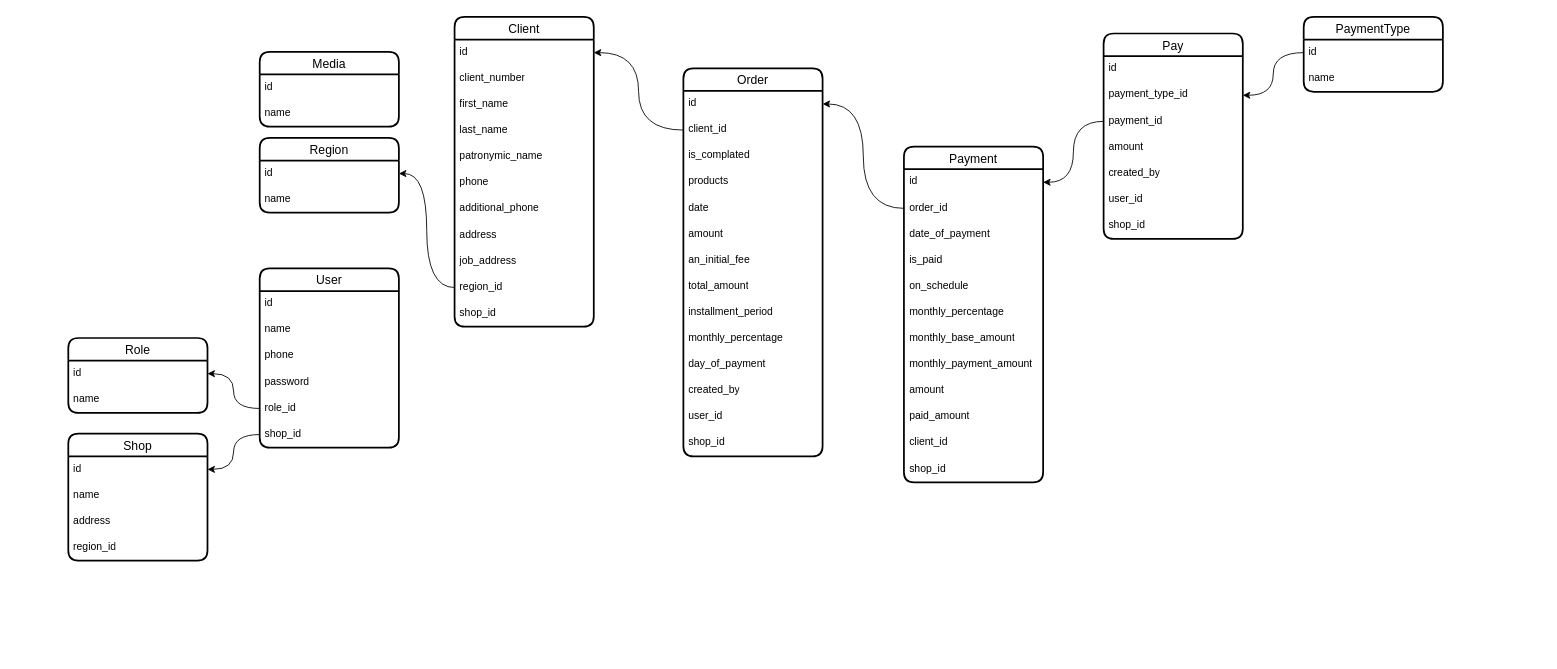
Earlier version of the draw.io diagram page "Страница — 1" (1 of 2) of karsoft-payment.drawio (iztileuoff/databases). Source tidied: cells renumbered, new cells numbered last; positions are measured from the earlier drawing's top-left corner, leaving out a move shared by most shapes. Both pictures are drawn from the tidied source at 87%, with x=0, y=0 at pixel (68, 17).
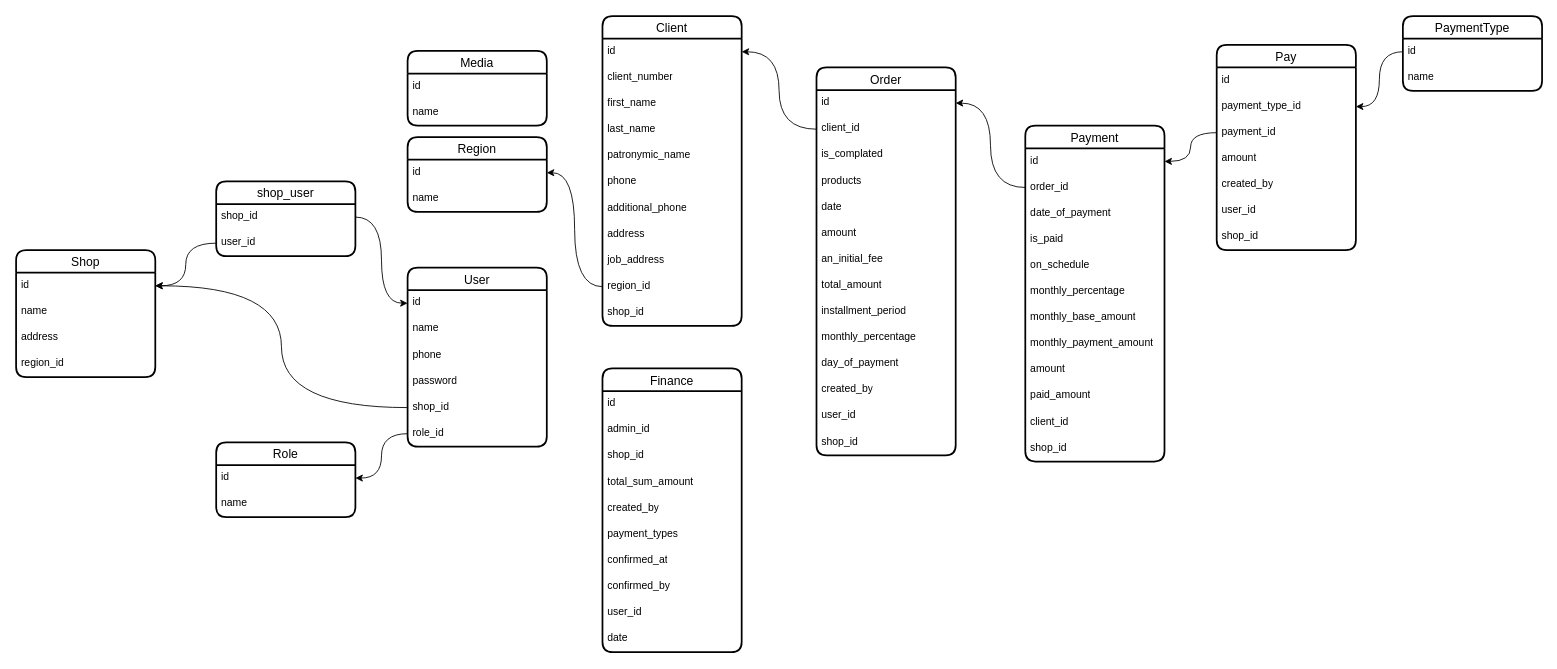
Above is the later version.

The change refers to these unchanged cells:
```xml
<mxCell id="3" value="id" style="text;strokeColor=none;fillColor=none;spacingLeft=4;spacingRight=4;overflow=hidden;points=[[0,0.5],[1,0.5]];portConstraint=eastwest;fontSize=12;whiteSpace=wrap;html=1;" parent="2" vertex="1">
  <mxGeometry y="26" width="160" height="30" as="geometry" />
</mxCell>
<mxCell id="65" value="id" style="text;strokeColor=none;fillColor=none;spacingLeft=4;spacingRight=4;overflow=hidden;points=[[0,0.5],[1,0.5]];portConstraint=eastwest;fontSize=12;whiteSpace=wrap;html=1;" parent="64" vertex="1">
  <mxGeometry y="26" width="160" height="30" as="geometry" />
</mxCell>
```

Diff of the diagram source:
```diff
@@
     <mxCell id="2" value="User" style="swimlane;fontStyle=0;horizontal=1;startSize=26;align=center;fontSize=14;strokeWidth=2;rounded=1;shadow=0;glass=0;swimlaneLine=1;" parent="1" vertex="1">
-      <mxGeometry x="220" y="289" width="160" height="206" as="geometry" />
+      <mxGeometry x="390" y="288" width="160" height="206" as="geometry" />
     </mxCell>
@@
+    <mxCell id="81" value="shop_id" style="text;strokeColor=none;fillColor=none;spacingLeft=4;spacingRight=4;overflow=hidden;points=[[0,0.5],[1,0.5]];portConstraint=eastwest;fontSize=12;whiteSpace=wrap;html=1;" parent="2" vertex="1">
+      <mxGeometry y="146" width="160" height="30" as="geometry" />
+    </mxCell>
     <mxCell id="7" value="role_id" style="text;strokeColor=none;fillColor=none;spacingLeft=4;spacingRight=4;overflow=hidden;points=[[0,0.5],[1,0.5]];portConstraint=eastwest;fontSize=12;whiteSpace=wrap;html=1;" parent="2" vertex="1">
-      <mxGeometry y="146" width="160" height="30" as="geometry" />
+      <mxGeometry y="176" width="160" height="30" as="geometry" />
     </mxCell>
-    <mxCell id="8" value="shop_id" style="text;strokeColor=none;fillColor=none;spacingLeft=4;spacingRight=4;overflow=hidden;points=[[0,0.5],[1,0.5]];portConstraint=eastwest;fontSize=12;whiteSpace=wrap;html=1;" parent="2" vertex="1">
-      <mxGeometry y="176" width="160" height="30" as="geometry" />
-    </mxCell>
     <mxCell id="9" value="Order" style="swimlane;fontStyle=0;horizontal=1;startSize=26;align=center;fontSize=14;strokeWidth=2;rounded=1;shadow=0;glass=0;swimlaneLine=1;" parent="1" vertex="1">
-      <mxGeometry x="707" y="59" width="160" height="446" as="geometry" />
+      <mxGeometry x="860" y="58" width="160" height="446" as="geometry" />
     </mxCell>
@@
     <mxCell id="24" value="Role" style="swimlane;fontStyle=0;horizontal=1;startSize=26;align=center;fontSize=14;strokeWidth=2;rounded=1;shadow=0;glass=0;swimlaneLine=1;" parent="1" vertex="1">
-      <mxGeometry y="369" width="160" height="86" as="geometry" />
+      <mxGeometry x="170" y="489" width="160" height="86" as="geometry" />
     </mxCell>
@@
     <mxCell id="27" value="Client" style="swimlane;fontStyle=0;horizontal=1;startSize=26;align=center;fontSize=14;strokeWidth=2;rounded=1;shadow=0;glass=0;swimlaneLine=1;" parent="1" vertex="1">
-      <mxGeometry x="444" width="160" height="356" as="geometry" />
+      <mxGeometry x="614" y="-1" width="160" height="356" as="geometry" />
     </mxCell>
@@
     <mxCell id="39" value="Media" style="swimlane;fontStyle=0;horizontal=1;startSize=26;align=center;fontSize=14;strokeWidth=2;rounded=1;shadow=0;glass=0;swimlaneLine=1;" parent="1" vertex="1">
-      <mxGeometry x="220" y="40" width="160" height="86" as="geometry" />
+      <mxGeometry x="390" y="39" width="160" height="86" as="geometry" />
     </mxCell>
@@
     <mxCell id="43" value="Payment" style="swimlane;fontStyle=0;horizontal=1;startSize=26;align=center;fontSize=14;strokeWidth=2;rounded=1;shadow=0;glass=0;swimlaneLine=1;" parent="1" vertex="1">
-      <mxGeometry x="960.5" y="149" width="160" height="386" as="geometry" />
+      <mxGeometry x="1100" y="125" width="160" height="386" as="geometry" />
     </mxCell>
@@
     <mxCell id="57" value="PaymentType" style="swimlane;fontStyle=0;horizontal=1;startSize=26;align=center;fontSize=14;strokeWidth=2;rounded=1;shadow=0;glass=0;swimlaneLine=1;" parent="1" vertex="1">
-      <mxGeometry x="1420" width="160" height="86" as="geometry" />
+      <mxGeometry x="1534" y="-1" width="160" height="86" as="geometry" />
     </mxCell>
@@
     <mxCell id="60" value="Region" style="swimlane;fontStyle=0;horizontal=1;startSize=26;align=center;fontSize=14;strokeWidth=2;rounded=1;shadow=0;glass=0;swimlaneLine=1;" parent="1" vertex="1">
-      <mxGeometry x="220" y="139" width="160" height="86" as="geometry" />
+      <mxGeometry x="390" y="138" width="160" height="86" as="geometry" />
     </mxCell>
@@
     <mxCell id="64" value="Shop" style="swimlane;fontStyle=0;horizontal=1;startSize=26;align=center;fontSize=14;strokeWidth=2;rounded=1;shadow=0;glass=0;swimlaneLine=1;" parent="1" vertex="1">
-      <mxGeometry y="479" width="160" height="146" as="geometry" />
+      <mxGeometry x="-60" y="268" width="160" height="146" as="geometry" />
     </mxCell>
@@
-    <mxCell id="69" style="edgeStyle=orthogonalEdgeStyle;rounded=0;jettySize=auto;html=1;entryX=1;entryY=0.5;entryDx=0;entryDy=0;curved=1;" parent="1" edge="1" source="8" target="65">
-      <mxGeometry relative="1" as="geometry" />
-    </mxCell>
     <mxCell id="70" value="Pay" style="swimlane;fontStyle=0;horizontal=1;startSize=26;align=center;fontSize=14;strokeWidth=2;rounded=1;shadow=0;glass=0;swimlaneLine=1;" parent="1" vertex="1">
-      <mxGeometry x="1190" y="19" width="160" height="236" as="geometry" />
+      <mxGeometry x="1320" y="32" width="160" height="236" as="geometry" />
     </mxCell>
@@
+    <mxCell id="82" value="shop_user" style="swimlane;fontStyle=0;horizontal=1;startSize=26;align=center;fontSize=14;strokeWidth=2;rounded=1;shadow=0;glass=0;swimlaneLine=1;" parent="1" vertex="1">
+      <mxGeometry x="170" y="189" width="160" height="86" as="geometry" />
+    </mxCell>
+    <mxCell id="83" value="shop_id" style="text;strokeColor=none;fillColor=none;spacingLeft=4;spacingRight=4;overflow=hidden;points=[[0,0.5],[1,0.5]];portConstraint=eastwest;fontSize=12;whiteSpace=wrap;html=1;" parent="82" vertex="1">
+      <mxGeometry y="26" width="160" height="30" as="geometry" />
+    </mxCell>
+    <mxCell id="84" value="user_id" style="text;strokeColor=none;fillColor=none;spacingLeft=4;spacingRight=4;overflow=hidden;points=[[0,0.5],[1,0.5]];portConstraint=eastwest;fontSize=12;whiteSpace=wrap;html=1;" parent="82" vertex="1">
+      <mxGeometry y="56" width="160" height="30" as="geometry" />
+    </mxCell>
+    <mxCell id="85" style="edgeStyle=orthogonalEdgeStyle;rounded=0;jettySize=auto;html=1;entryX=0;entryY=0.5;entryDx=0;entryDy=0;curved=1;" parent="1" edge="1" source="83" target="3">
+      <mxGeometry relative="1" as="geometry" />
+    </mxCell>
+    <mxCell id="86" style="edgeStyle=orthogonalEdgeStyle;rounded=0;jettySize=auto;html=1;entryX=1;entryY=0.5;entryDx=0;entryDy=0;curved=1;" parent="1" edge="1" source="84" target="65">
+      <mxGeometry relative="1" as="geometry" />
+    </mxCell>
+    <mxCell id="87" value="Finance" style="swimlane;fontStyle=0;horizontal=1;startSize=26;align=center;fontSize=14;strokeWidth=2;rounded=1;shadow=0;glass=0;swimlaneLine=1;" parent="1" vertex="1">
+      <mxGeometry x="614" y="404" width="160" height="326" as="geometry" />
+    </mxCell>
+    <mxCell id="88" value="id" style="text;strokeColor=none;fillColor=none;spacingLeft=4;spacingRight=4;overflow=hidden;fontSize=12;whiteSpace=wrap;html=1;" parent="87" vertex="1">
+      <mxGeometry y="26" width="160" height="30" as="geometry" />
+    </mxCell>
+    <mxCell id="89" value="admin_id" style="text;strokeColor=none;fillColor=none;spacingLeft=4;spacingRight=4;overflow=hidden;fontSize=12;whiteSpace=wrap;html=1;" parent="87" vertex="1">
+      <mxGeometry y="56" width="160" height="30" as="geometry" />
+    </mxCell>
+    <mxCell id="90" value="shop_id" style="text;strokeColor=none;fillColor=none;spacingLeft=4;spacingRight=4;overflow=hidden;fontSize=12;whiteSpace=wrap;html=1;" parent="87" vertex="1">
+      <mxGeometry y="86" width="160" height="30" as="geometry" />
+    </mxCell>
+    <mxCell id="91" value="total_sum_amount" style="text;strokeColor=none;fillColor=none;spacingLeft=4;spacingRight=4;overflow=hidden;fontSize=12;whiteSpace=wrap;html=1;" parent="87" vertex="1">
+      <mxGeometry y="116" width="160" height="30" as="geometry" />
+    </mxCell>
+    <mxCell id="92" value="created_by" style="text;strokeColor=none;fillColor=none;spacingLeft=4;spacingRight=4;overflow=hidden;fontSize=12;whiteSpace=wrap;html=1;" parent="87" vertex="1">
+      <mxGeometry y="146" width="160" height="30" as="geometry" />
+    </mxCell>
+    <mxCell id="93" value="payment_types" style="text;strokeColor=none;fillColor=none;spacingLeft=4;spacingRight=4;overflow=hidden;fontSize=12;whiteSpace=wrap;html=1;" parent="87" vertex="1">
+      <mxGeometry y="176" width="160" height="30" as="geometry" />
+    </mxCell>
+    <mxCell id="94" value="confirmed_at" style="text;strokeColor=none;fillColor=none;spacingLeft=4;spacingRight=4;overflow=hidden;fontSize=12;whiteSpace=wrap;html=1;" parent="87" vertex="1">
+      <mxGeometry y="206" width="160" height="30" as="geometry" />
+    </mxCell>
+    <mxCell id="95" value="confirmed_by" style="text;strokeColor=none;fillColor=none;spacingLeft=4;spacingRight=4;overflow=hidden;fontSize=12;whiteSpace=wrap;html=1;" parent="87" vertex="1">
+      <mxGeometry y="236" width="160" height="30" as="geometry" />
+    </mxCell>
+    <mxCell id="96" value="user_id" style="text;strokeColor=none;fillColor=none;spacingLeft=4;spacingRight=4;overflow=hidden;fontSize=12;whiteSpace=wrap;html=1;" parent="87" vertex="1">
+      <mxGeometry y="266" width="160" height="30" as="geometry" />
+    </mxCell>
+    <mxCell id="97" value="date" style="text;strokeColor=none;fillColor=none;spacingLeft=4;spacingRight=4;overflow=hidden;fontSize=12;whiteSpace=wrap;html=1;" parent="87" vertex="1">
+      <mxGeometry y="296" width="160" height="30" as="geometry" />
+    </mxCell>
+    <mxCell id="98" style="edgeStyle=orthogonalEdgeStyle;rounded=0;jettySize=auto;html=1;entryX=1;entryY=0.5;entryDx=0;entryDy=0;curved=1;" parent="1" edge="1" source="81" target="65">
+      <mxGeometry relative="1" as="geometry" />
+    </mxCell>
```
